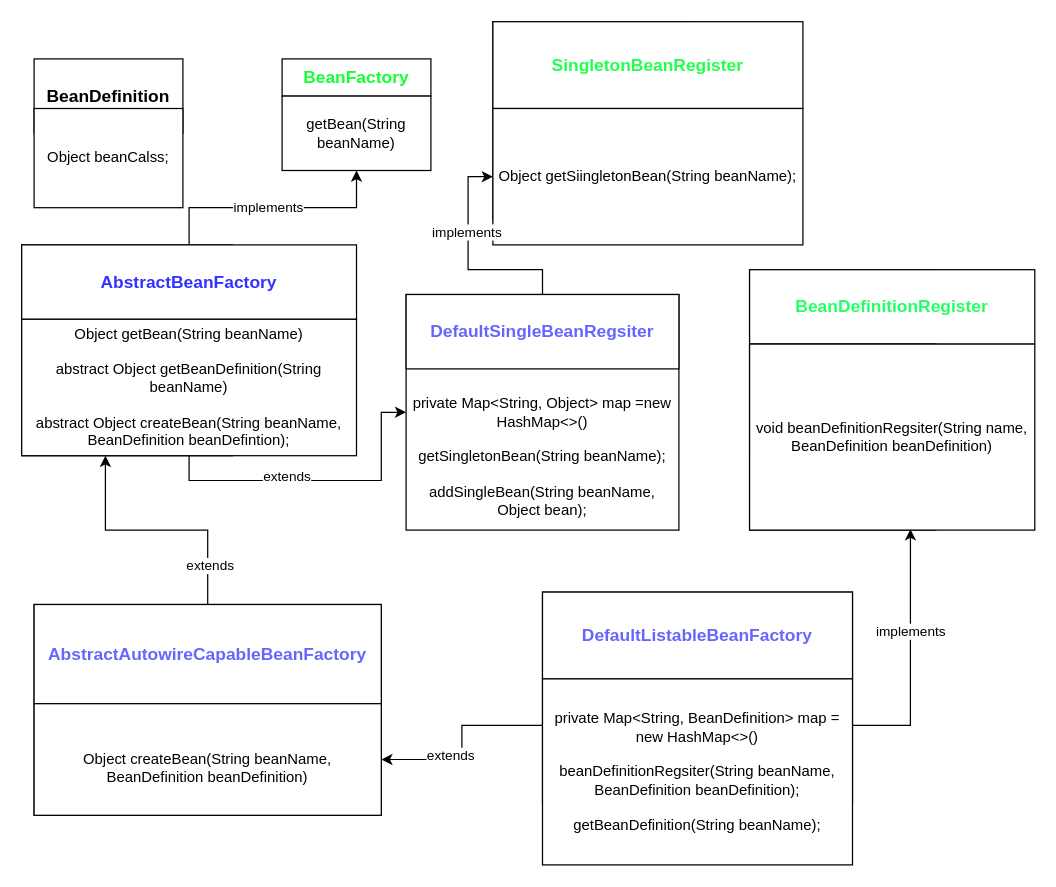
This is 未命名绘图.drawio from RemainderTime/spring-drawio, a draw.io file, before an edit. Source tidied: cells renumbered, new cells numbered last; positions are measured from the earlier drawing's top-left corner, leaving out a move shared by most shapes. Both pictures are drawn from the tidied source at 124%, with x=0, y=0 at pixel (21, 21).
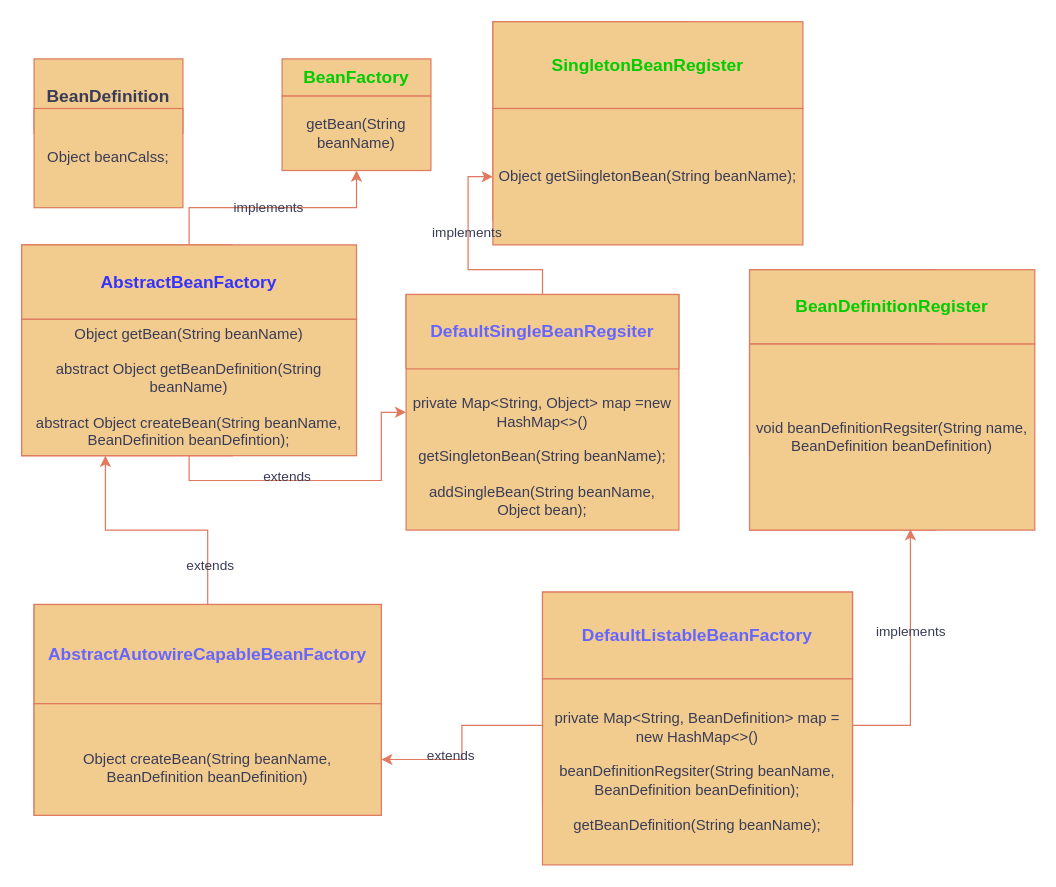
Above is the later version.

Commit message:
更新未命名绘图.drawio

The edit, as a diff of the source:
```diff
@@
-    <mxCell id="2" value="&lt;h3&gt;BeanDefinition&lt;/h3&gt;" style="rounded=0;whiteSpace=wrap;html=1;" parent="1" vertex="1">
+    <mxCell id="2" value="&lt;h3&gt;BeanDefinition&lt;/h3&gt;" style="rounded=0;whiteSpace=wrap;html=1;labelBackgroundColor=none;fillColor=#F2CC8F;strokeColor=#E07A5F;fontColor=#393C56;" parent="1" vertex="1">
       <mxGeometry x="10" y="30" width="120" height="60" as="geometry" />
     </mxCell>
-    <mxCell id="3" value="Object beanCalss;" style="rounded=0;whiteSpace=wrap;html=1;" parent="1" vertex="1">
+    <mxCell id="3" value="Object beanCalss;" style="rounded=0;whiteSpace=wrap;html=1;labelBackgroundColor=none;fillColor=#F2CC8F;strokeColor=#E07A5F;fontColor=#393C56;" parent="1" vertex="1">
       <mxGeometry x="10" y="70" width="120" height="80" as="geometry" />
     </mxCell>
-    <mxCell id="4" value="&lt;h3&gt;BeanFactory&lt;/h3&gt;" style="rounded=0;whiteSpace=wrap;html=1;fontColor=#14FF34;" parent="1" vertex="1">
+    <mxCell id="4" value="&lt;h3&gt;&lt;font color=&quot;#00cc00&quot;&gt;BeanFactory&lt;/font&gt;&lt;/h3&gt;" style="rounded=0;whiteSpace=wrap;html=1;fontColor=#393C56;labelBackgroundColor=none;fillColor=#F2CC8F;strokeColor=#E07A5F;" parent="1" vertex="1">
       <mxGeometry x="210" y="30" width="120" height="30" as="geometry" />
     </mxCell>
-    <mxCell id="5" value="getBean(String beanName)" style="rounded=0;whiteSpace=wrap;html=1;" parent="1" vertex="1">
+    <mxCell id="5" value="getBean(String beanName)" style="rounded=0;whiteSpace=wrap;html=1;labelBackgroundColor=none;fillColor=#F2CC8F;strokeColor=#E07A5F;fontColor=#393C56;" parent="1" vertex="1">
       <mxGeometry x="210" y="60" width="120" height="60" as="geometry" />
     </mxCell>
-    <mxCell id="6" style="whiteSpace=wrap;html=1;" parent="1" vertex="1">
+    <mxCell id="6" style="whiteSpace=wrap;html=1;labelBackgroundColor=none;fillColor=#F2CC8F;strokeColor=#E07A5F;fontColor=#393C56;" parent="1" vertex="1">
       <mxGeometry x="380" width="160" height="160" as="geometry" />
     </mxCell>
-    <mxCell id="7" value="&lt;h3&gt;SingletonBeanRegister&lt;/h3&gt;" style="rounded=0;whiteSpace=wrap;html=1;fontColor=#21FF4E;" parent="1" vertex="1">
+    <mxCell id="7" value="&lt;h3&gt;&lt;font color=&quot;#00cc00&quot;&gt;SingletonBeanRegister&lt;/font&gt;&lt;/h3&gt;" style="rounded=0;whiteSpace=wrap;html=1;fontColor=#393C56;labelBackgroundColor=none;fillColor=#F2CC8F;strokeColor=#E07A5F;" parent="1" vertex="1">
       <mxGeometry x="380" width="250" height="70" as="geometry" />
     </mxCell>
-    <mxCell id="8" value="Object getSiingletonBean(String beanName);&lt;br&gt;" style="rounded=0;whiteSpace=wrap;html=1;" parent="1" vertex="1">
+    <mxCell id="8" value="Object getSiingletonBean(String beanName);&lt;br&gt;" style="rounded=0;whiteSpace=wrap;html=1;labelBackgroundColor=none;fillColor=#F2CC8F;strokeColor=#E07A5F;fontColor=#393C56;" parent="1" vertex="1">
       <mxGeometry x="380" y="70" width="250" height="110" as="geometry" />
     </mxCell>
-    <mxCell id="9" style="whiteSpace=wrap;html=1;" parent="1" vertex="1">
+    <mxCell id="9" style="whiteSpace=wrap;html=1;labelBackgroundColor=none;fillColor=#F2CC8F;strokeColor=#E07A5F;fontColor=#393C56;" parent="1" vertex="1">
       <mxGeometry x="587" y="200" width="150" height="150" as="geometry" />
     </mxCell>
-    <mxCell id="10" value="&lt;h3&gt;BeanDefinitionRegister&lt;/h3&gt;" style="rounded=0;whiteSpace=wrap;html=1;fontColor=#24FF65;" parent="1" vertex="1">
+    <mxCell id="10" value="&lt;h3&gt;&lt;font color=&quot;#00cc00&quot;&gt;BeanDefinitionRegister&lt;/font&gt;&lt;/h3&gt;" style="rounded=0;whiteSpace=wrap;html=1;fontColor=#393C56;labelBackgroundColor=none;fillColor=#F2CC8F;strokeColor=#E07A5F;" parent="1" vertex="1">
       <mxGeometry x="587" y="200" width="230" height="60" as="geometry" />
     </mxCell>
-    <mxCell id="11" style="whiteSpace=wrap;html=1;" parent="1" vertex="1">
+    <mxCell id="11" style="whiteSpace=wrap;html=1;labelBackgroundColor=none;fillColor=#F2CC8F;strokeColor=#E07A5F;fontColor=#393C56;" parent="1" vertex="1">
       <mxGeometry x="587" y="260" width="150" height="150" as="geometry" />
     </mxCell>
-    <mxCell id="12" value="void beanDefinitionRegsiter(String name, BeanDefinition beanDefinition)" style="rounded=0;whiteSpace=wrap;html=1;" parent="1" vertex="1">
+    <mxCell id="12" value="void beanDefinitionRegsiter(String name, BeanDefinition beanDefinition)" style="rounded=0;whiteSpace=wrap;html=1;labelBackgroundColor=none;fillColor=#F2CC8F;strokeColor=#E07A5F;fontColor=#393C56;" parent="1" vertex="1">
       <mxGeometry x="587" y="260" width="230" height="150" as="geometry" />
     </mxCell>
-    <mxCell id="13" style="whiteSpace=wrap;html=1;" parent="1" vertex="1">
+    <mxCell id="13" style="whiteSpace=wrap;html=1;labelBackgroundColor=none;fillColor=#F2CC8F;strokeColor=#E07A5F;fontColor=#393C56;" parent="1" vertex="1">
       <mxGeometry y="180" width="170" height="170" as="geometry" />
     </mxCell>
-    <mxCell id="14" style="edgeStyle=orthogonalEdgeStyle;rounded=0;jettySize=auto;html=1;" parent="1" edge="1" source="17" target="20">
+    <mxCell id="14" style="edgeStyle=orthogonalEdgeStyle;rounded=0;jettySize=auto;html=1;labelBackgroundColor=none;strokeColor=#E07A5F;fontColor=default;" parent="1" edge="1" source="17" target="20">
       <mxGeometry relative="1" as="geometry" />
     </mxCell>
-    <mxCell id="15" style="edgeStyle=orthogonalEdgeStyle;rounded=0;jettySize=auto;html=1;exitX=0.5;exitY=0;exitDx=0;exitDy=0;entryX=0.5;entryY=1;entryDx=0;entryDy=0;" parent="1" edge="1" source="17" target="5">
+    <mxCell id="15" style="edgeStyle=orthogonalEdgeStyle;rounded=0;jettySize=auto;html=1;exitX=0.5;exitY=0;exitDx=0;exitDy=0;entryX=0.5;entryY=1;entryDx=0;entryDy=0;labelBackgroundColor=none;strokeColor=#E07A5F;fontColor=default;" parent="1" edge="1" source="17" target="5">
       <mxGeometry relative="1" as="geometry" />
     </mxCell>
-    <mxCell id="16" value="implements" style="edgeLabel;html=1;align=center;verticalAlign=middle;" parent="15" vertex="1">
+    <mxCell id="16" value="implements" style="edgeLabel;html=1;align=center;verticalAlign=middle;labelBackgroundColor=none;fontColor=#393C56;" parent="15" vertex="1">
       <mxGeometry x="-0.05" y="1" relative="1" as="geometry" />
     </mxCell>
-    <mxCell id="17" value="&lt;h3&gt;&lt;font color=&quot;#3333ff&quot;&gt;AbstractBeanFactory&lt;/font&gt;&lt;/h3&gt;" style="rounded=0;whiteSpace=wrap;html=1;" parent="1" vertex="1">
+    <mxCell id="17" value="&lt;h3&gt;&lt;font color=&quot;#3333ff&quot;&gt;AbstractBeanFactory&lt;/font&gt;&lt;/h3&gt;" style="rounded=0;whiteSpace=wrap;html=1;labelBackgroundColor=none;fillColor=#F2CC8F;strokeColor=#E07A5F;fontColor=#393C56;" parent="1" vertex="1">
       <mxGeometry y="180" width="270" height="60" as="geometry" />
     </mxCell>
-    <mxCell id="18" style="edgeStyle=orthogonalEdgeStyle;rounded=0;jettySize=auto;html=1;exitX=0.5;exitY=1;exitDx=0;exitDy=0;" parent="1" edge="1" source="20" target="33">
+    <mxCell id="18" style="edgeStyle=orthogonalEdgeStyle;rounded=0;jettySize=auto;html=1;exitX=0.5;exitY=1;exitDx=0;exitDy=0;labelBackgroundColor=none;strokeColor=#E07A5F;fontColor=default;" parent="1" edge="1" source="20" target="33">
       <mxGeometry relative="1" as="geometry" />
     </mxCell>
-    <mxCell id="19" value="extends" style="edgeLabel;html=1;align=center;verticalAlign=middle;" parent="18" vertex="1">
+    <mxCell id="19" value="extends" style="edgeLabel;html=1;align=center;verticalAlign=middle;labelBackgroundColor=none;fontColor=#393C56;" parent="18" vertex="1">
       <mxGeometry x="-0.22" y="4" relative="1" as="geometry" />
     </mxCell>
-    <mxCell id="20" value="Object getBean(String beanName)&lt;br&gt;&lt;br style=&quot;border-color: var(--border-color);&quot;&gt;abstract Object getBeanDefinition(String beanName)&lt;br&gt;&lt;br&gt;abstract Object createBean(String beanName, BeanDefinition beanDefintion);" style="rounded=0;whiteSpace=wrap;html=1;" parent="1" vertex="1">
+    <mxCell id="20" value="Object getBean(String beanName)&lt;br&gt;&lt;br style=&quot;border-color: var(--border-color);&quot;&gt;abstract Object getBeanDefinition(String beanName)&lt;br&gt;&lt;br&gt;abstract Object createBean(String beanName, BeanDefinition beanDefintion);" style="rounded=0;whiteSpace=wrap;html=1;labelBackgroundColor=none;fillColor=#F2CC8F;strokeColor=#E07A5F;fontColor=#393C56;" parent="1" vertex="1">
       <mxGeometry y="240" width="270" height="110" as="geometry" />
     </mxCell>
-    <mxCell id="21" style="rounded=0;whiteSpace=wrap;html=1;" parent="1" vertex="1">
+    <mxCell id="21" style="rounded=0;whiteSpace=wrap;html=1;labelBackgroundColor=none;fillColor=#F2CC8F;strokeColor=#E07A5F;fontColor=#393C56;" parent="1" vertex="1">
       <mxGeometry x="10" y="470" width="280" height="170" as="geometry" />
     </mxCell>
-    <mxCell id="22" style="edgeStyle=orthogonalEdgeStyle;rounded=0;jettySize=auto;html=1;exitX=0.5;exitY=0;exitDx=0;exitDy=0;entryX=0.25;entryY=1;entryDx=0;entryDy=0;" parent="1" edge="1" source="24" target="20">
+    <mxCell id="22" style="edgeStyle=orthogonalEdgeStyle;rounded=0;jettySize=auto;html=1;exitX=0.5;exitY=0;exitDx=0;exitDy=0;entryX=0.25;entryY=1;entryDx=0;entryDy=0;labelBackgroundColor=none;strokeColor=#E07A5F;fontColor=default;" parent="1" edge="1" source="24" target="20">
       <mxGeometry relative="1" as="geometry" />
     </mxCell>
-    <mxCell id="23" value="extends" style="edgeLabel;html=1;align=center;verticalAlign=middle;" parent="22" vertex="1">
+    <mxCell id="23" value="extends" style="edgeLabel;html=1;align=center;verticalAlign=middle;labelBackgroundColor=none;fontColor=#393C56;" parent="22" vertex="1">
       <mxGeometry x="-0.68" y="-1" relative="1" as="geometry" />
     </mxCell>
-    <mxCell id="24" value="&lt;h3&gt;&lt;font color=&quot;#6666ff&quot;&gt;AbstractAutowireCapableBeanFactory&lt;/font&gt;&lt;/h3&gt;" style="rounded=0;whiteSpace=wrap;html=1;" parent="1" vertex="1">
+    <mxCell id="24" value="&lt;h3&gt;&lt;font color=&quot;#6666ff&quot;&gt;AbstractAutowireCapableBeanFactory&lt;/font&gt;&lt;/h3&gt;" style="rounded=0;whiteSpace=wrap;html=1;labelBackgroundColor=none;fillColor=#F2CC8F;strokeColor=#E07A5F;fontColor=#393C56;" parent="1" vertex="1">
       <mxGeometry x="10" y="470" width="280" height="80" as="geometry" />
     </mxCell>
-    <mxCell id="25" value="&lt;br style=&quot;border-color: var(--border-color);&quot;&gt;Object createBean(String beanName, BeanDefinition beanDefinition)" style="rounded=0;whiteSpace=wrap;html=1;" parent="1" vertex="1">
+    <mxCell id="25" value="&lt;br style=&quot;border-color: var(--border-color);&quot;&gt;Object createBean(String beanName, BeanDefinition beanDefinition)" style="rounded=0;whiteSpace=wrap;html=1;labelBackgroundColor=none;fillColor=#F2CC8F;strokeColor=#E07A5F;fontColor=#393C56;" parent="1" vertex="1">
       <mxGeometry x="10" y="550" width="280" height="90" as="geometry" />
     </mxCell>
-    <mxCell id="26" style="rounded=0;whiteSpace=wrap;html=1;" parent="1" vertex="1">
+    <mxCell id="26" style="rounded=0;whiteSpace=wrap;html=1;labelBackgroundColor=none;fillColor=#F2CC8F;strokeColor=#E07A5F;fontColor=#393C56;" parent="1" vertex="1">
       <mxGeometry x="420" y="460" width="250" height="170" as="geometry" />
     </mxCell>
-    <mxCell id="27" value="&lt;h3&gt;&lt;font color=&quot;#6666ff&quot;&gt;DefaultListableBeanFactory&lt;/font&gt;&lt;/h3&gt;" style="rounded=0;whiteSpace=wrap;html=1;" parent="1" vertex="1">
+    <mxCell id="27" value="&lt;h3&gt;&lt;font color=&quot;#6666ff&quot;&gt;DefaultListableBeanFactory&lt;/font&gt;&lt;/h3&gt;" style="rounded=0;whiteSpace=wrap;html=1;labelBackgroundColor=none;fillColor=#F2CC8F;strokeColor=#E07A5F;fontColor=#393C56;" parent="1" vertex="1">
       <mxGeometry x="420" y="460" width="250" height="70" as="geometry" />
     </mxCell>
-    <mxCell id="28" style="edgeStyle=orthogonalEdgeStyle;rounded=0;jettySize=auto;html=1;exitX=0;exitY=0.25;exitDx=0;exitDy=0;entryX=1;entryY=0.5;entryDx=0;entryDy=0;" parent="1" edge="1" source="32" target="25">
+    <mxCell id="28" style="edgeStyle=orthogonalEdgeStyle;rounded=0;jettySize=auto;html=1;exitX=0;exitY=0.25;exitDx=0;exitDy=0;entryX=1;entryY=0.5;entryDx=0;entryDy=0;labelBackgroundColor=none;strokeColor=#E07A5F;fontColor=default;" parent="1" edge="1" source="32" target="25">
       <mxGeometry relative="1" as="geometry" />
     </mxCell>
-    <mxCell id="29" value="extends" style="edgeLabel;html=1;align=center;verticalAlign=middle;" parent="28" vertex="1">
+    <mxCell id="29" value="extends" style="edgeLabel;html=1;align=center;verticalAlign=middle;labelBackgroundColor=none;fontColor=#393C56;" parent="28" vertex="1">
       <mxGeometry x="0.3" y="-4" relative="1" as="geometry" />
     </mxCell>
-    <mxCell id="30" style="edgeStyle=orthogonalEdgeStyle;rounded=0;jettySize=auto;html=1;exitX=1;exitY=0.25;exitDx=0;exitDy=0;entryX=0.564;entryY=0.995;entryDx=0;entryDy=0;entryPerimeter=0;" parent="1" edge="1" source="32" target="12">
+    <mxCell id="30" style="edgeStyle=orthogonalEdgeStyle;rounded=0;jettySize=auto;html=1;exitX=1;exitY=0.25;exitDx=0;exitDy=0;entryX=0.564;entryY=0.995;entryDx=0;entryDy=0;entryPerimeter=0;labelBackgroundColor=none;strokeColor=#E07A5F;fontColor=default;" parent="1" edge="1" source="32" target="12">
       <mxGeometry relative="1" as="geometry" />
     </mxCell>
-    <mxCell id="31" value="implements" style="edgeLabel;html=1;align=center;verticalAlign=middle;" parent="30" vertex="1">
+    <mxCell id="31" value="implements" style="edgeLabel;html=1;align=center;verticalAlign=middle;labelBackgroundColor=none;fontColor=#393C56;" parent="30" vertex="1">
       <mxGeometry x="0.2" relative="1" as="geometry" />
     </mxCell>
-    <mxCell id="32" value="private Map&amp;lt;String, BeanDefinition&amp;gt; map = new HashMap&amp;lt;&amp;gt;()&lt;br&gt;&lt;br&gt;beanDefinitionRegsiter(String beanName, BeanDefinition beanDefinition);&lt;br&gt;&lt;br&gt;getBeanDefinition(String beanName);" style="rounded=0;whiteSpace=wrap;html=1;" parent="1" vertex="1">
+    <mxCell id="32" value="private Map&amp;lt;String, BeanDefinition&amp;gt; map = new HashMap&amp;lt;&amp;gt;()&lt;br&gt;&lt;br&gt;beanDefinitionRegsiter(String beanName, BeanDefinition beanDefinition);&lt;br&gt;&lt;br&gt;getBeanDefinition(String beanName);" style="rounded=0;whiteSpace=wrap;html=1;labelBackgroundColor=none;fillColor=#F2CC8F;strokeColor=#E07A5F;fontColor=#393C56;" parent="1" vertex="1">
       <mxGeometry x="420" y="530" width="250" height="150" as="geometry" />
     </mxCell>
-    <mxCell id="33" value="&lt;br&gt;&lt;br&gt;&lt;br&gt;&lt;br&gt;&lt;br&gt;private Map&amp;lt;String, Object&amp;gt; map =new HashMap&amp;lt;&amp;gt;()&lt;br&gt;&lt;br&gt;getSingletonBean(String beanName);&lt;br&gt;&lt;br&gt;addSingleBean(String beanName, Object bean);" style="rounded=0;whiteSpace=wrap;html=1;" parent="1" vertex="1">
+    <mxCell id="33" value="&lt;br&gt;&lt;br&gt;&lt;br&gt;&lt;br&gt;&lt;br&gt;private Map&amp;lt;String, Object&amp;gt; map =new HashMap&amp;lt;&amp;gt;()&lt;br&gt;&lt;br&gt;getSingletonBean(String beanName);&lt;br&gt;&lt;br&gt;addSingleBean(String beanName, Object bean);" style="rounded=0;whiteSpace=wrap;html=1;labelBackgroundColor=none;fillColor=#F2CC8F;strokeColor=#E07A5F;fontColor=#393C56;" parent="1" vertex="1">
       <mxGeometry x="310" y="220" width="220" height="190" as="geometry" />
     </mxCell>
-    <mxCell id="34" style="edgeStyle=orthogonalEdgeStyle;rounded=0;jettySize=auto;html=1;exitX=0.5;exitY=0;exitDx=0;exitDy=0;entryX=0;entryY=0.5;entryDx=0;entryDy=0;" parent="1" edge="1" source="36" target="8">
+    <mxCell id="34" style="edgeStyle=orthogonalEdgeStyle;rounded=0;jettySize=auto;html=1;exitX=0.5;exitY=0;exitDx=0;exitDy=0;entryX=0;entryY=0.5;entryDx=0;entryDy=0;labelBackgroundColor=none;strokeColor=#E07A5F;fontColor=default;" parent="1" edge="1" source="36" target="8">
       <mxGeometry relative="1" as="geometry" />
     </mxCell>
-    <mxCell id="35" value="implements" style="edgeLabel;html=1;align=center;verticalAlign=middle;" parent="34" vertex="1">
+    <mxCell id="35" value="implements" style="edgeLabel;html=1;align=center;verticalAlign=middle;labelBackgroundColor=none;fontColor=#393C56;" parent="34" vertex="1">
       <mxGeometry x="0.27" y="2" relative="1" as="geometry" />
     </mxCell>
-    <mxCell id="36" value="&lt;h3&gt;&lt;font color=&quot;#6666ff&quot;&gt;DefaultSingleBeanRegsiter&lt;/font&gt;&lt;/h3&gt;" style="rounded=0;whiteSpace=wrap;html=1;" parent="1" vertex="1">
+    <mxCell id="36" value="&lt;h3&gt;&lt;font color=&quot;#6666ff&quot;&gt;DefaultSingleBeanRegsiter&lt;/font&gt;&lt;/h3&gt;" style="rounded=0;whiteSpace=wrap;html=1;labelBackgroundColor=none;fillColor=#F2CC8F;strokeColor=#E07A5F;fontColor=#393C56;" parent="1" vertex="1">
       <mxGeometry x="310" y="220" width="220" height="60" as="geometry" />
     </mxCell>
-    <mxCell id="37" style="edgeStyle=orthogonalEdgeStyle;rounded=0;orthogonalLoop=1;jettySize=auto;html=1;exitX=0.5;exitY=1;exitDx=0;exitDy=0;" parent="1" edge="1" source="36" target="36">
+    <mxCell id="37" style="edgeStyle=orthogonalEdgeStyle;rounded=0;orthogonalLoop=1;jettySize=auto;html=1;exitX=0.5;exitY=1;exitDx=0;exitDy=0;labelBackgroundColor=none;strokeColor=#E07A5F;fontColor=default;" parent="1" edge="1" source="36" target="36">
       <mxGeometry relative="1" as="geometry" />
     </mxCell>
```
